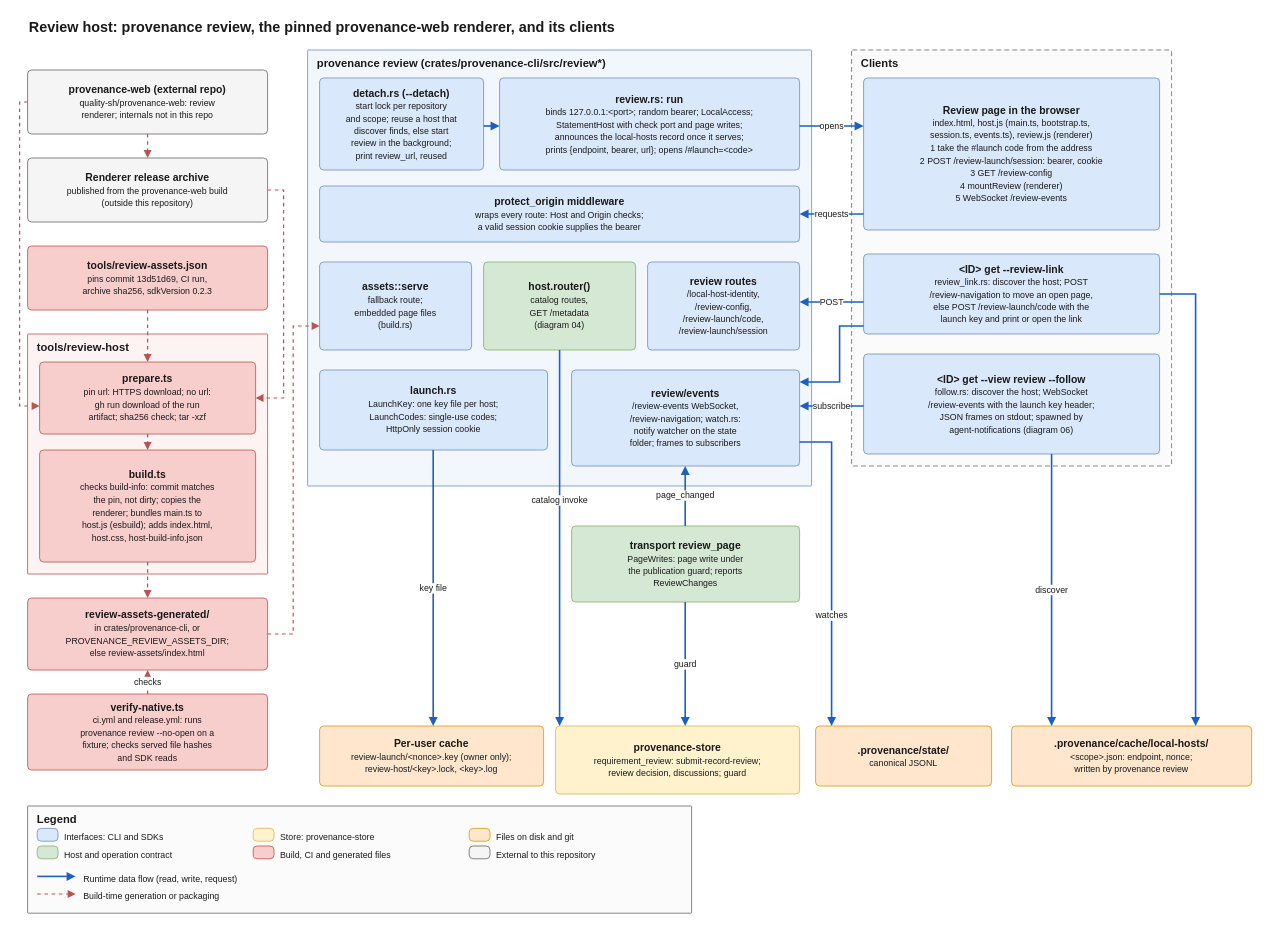
quality-sh/provenance keeps this draw.io diagram as docs/architecture/diagrams/07-review-host.drawio. Above is the earlier version. Source tidied: cells renumbered, new cells numbered last; positions are measured from the earlier drawing's top-left corner, leaving out a move shared by most shapes. Both pictures are drawn from the tidied source at 80%, with x=0, y=0 at pixel (19, 14).
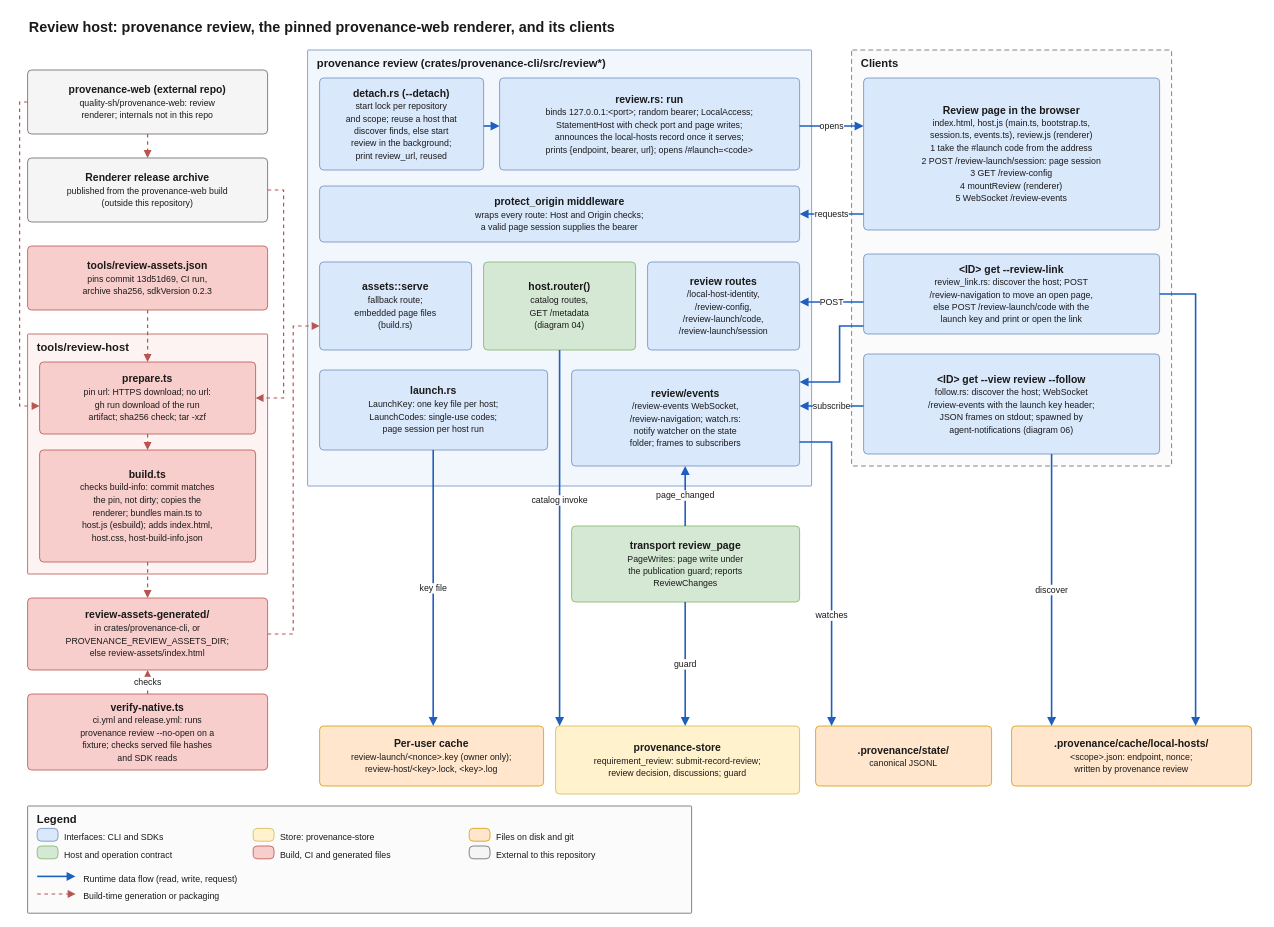
The same page after the edit.

Commit message (it also covers changes not shown here):
Phase 2: keep the page session in origin storage and offer it on the event socket

A launch link stores the page session in the origin's local storage; a
reload or a new tab reuses it, and a refused session is removed. The
event socket offers the session as a subprotocol beside
provenance-review. verify-page-session.ts runs the real bootstrap
against a real host in CI.

The change refers to these unchanged cells:
```xml
<mxCell id="11" value="provenance review (crates/provenance-cli/src/review*)" style="rounded=1;arcSize=2;absoluteArcSize=1;whiteSpace=wrap;html=1;fillColor=#f2f7fe;strokeColor=#6c8ebf;verticalAlign=top;align=left;spacingLeft=10;spacingRight=10;spacingTop=2;fontStyle=1;fontSize=14;fontColor=#1a1a1a;" parent="1" vertex="1">
  <mxGeometry x="360" y="45" width="630" height="545" as="geometry" />
</mxCell>
<mxCell id="21" value="Clients" style="rounded=1;arcSize=2;absoluteArcSize=1;whiteSpace=wrap;html=1;fillColor=#fbfbfb;strokeColor=#666666;verticalAlign=top;align=left;spacingLeft=10;spacingRight=10;spacingTop=2;fontStyle=1;fontSize=14;fontColor=#1a1a1a;dashed=1;dashPattern=6 4;" parent="1" vertex="1">
  <mxGeometry x="1040" y="45" width="400" height="520" as="geometry" />
</mxCell>
```

The edit, as a diff of the source:
```diff
@@
-    <mxCell id="14" value="&lt;b&gt;protect_origin middleware&lt;/b&gt;&lt;br&gt;&lt;font style=&quot;font-size:11px&quot;&gt;wraps every route: Host and Origin checks;&lt;br&gt;a valid session cookie supplies the bearer&lt;/font&gt;" style="rounded=1;arcSize=10;absoluteArcSize=1;whiteSpace=wrap;html=1;fillColor=#dae8fc;strokeColor=#6c8ebf;fontSize=13;fontColor=#1a1a1a;verticalAlign=middle;align=center;spacing=4;" parent="11" vertex="1">
+    <mxCell id="14" value="&lt;b&gt;protect_origin middleware&lt;/b&gt;&lt;br&gt;&lt;font style=&quot;font-size:11px&quot;&gt;wraps every route: Host and Origin checks;&lt;br&gt;a valid page session supplies the bearer&lt;/font&gt;" style="rounded=1;arcSize=10;absoluteArcSize=1;whiteSpace=wrap;html=1;fillColor=#dae8fc;strokeColor=#6c8ebf;fontSize=13;fontColor=#1a1a1a;verticalAlign=middle;align=center;spacing=4;" parent="11" vertex="1">
       <mxGeometry x="15" y="170" width="600" height="70" as="geometry" />
     </mxCell>
@@
-    <mxCell id="18" value="&lt;b&gt;launch.rs&lt;/b&gt;&lt;br&gt;&lt;font style=&quot;font-size:11px&quot;&gt;LaunchKey: one key file per host;&lt;br&gt;LaunchCodes: single-use codes;&lt;br&gt;HttpOnly session cookie&lt;/font&gt;" style="rounded=1;arcSize=10;absoluteArcSize=1;whiteSpace=wrap;html=1;fillColor=#dae8fc;strokeColor=#6c8ebf;fontSize=13;fontColor=#1a1a1a;verticalAlign=middle;align=center;spacing=4;" parent="11" vertex="1">
+    <mxCell id="18" value="&lt;b&gt;launch.rs&lt;/b&gt;&lt;br&gt;&lt;font style=&quot;font-size:11px&quot;&gt;LaunchKey: one key file per host;&lt;br&gt;LaunchCodes: single-use codes;&lt;br&gt;page session per host run&lt;/font&gt;" style="rounded=1;arcSize=10;absoluteArcSize=1;whiteSpace=wrap;html=1;fillColor=#dae8fc;strokeColor=#6c8ebf;fontSize=13;fontColor=#1a1a1a;verticalAlign=middle;align=center;spacing=4;" parent="11" vertex="1">
       <mxGeometry x="15" y="400" width="285" height="100" as="geometry" />
     </mxCell>
@@
-    <mxCell id="22" value="&lt;b&gt;Review page in the browser&lt;/b&gt;&lt;br&gt;&lt;font style=&quot;font-size:11px&quot;&gt;index.html, host.js (main.ts, bootstrap.ts,&lt;br&gt;session.ts, events.ts), review.js (renderer)&lt;br&gt;1 take the #launch code from the address&lt;br&gt;2 POST /review-launch/session: bearer, cookie&lt;br&gt;3 GET /review-config&lt;br&gt;4 mountReview (renderer)&lt;br&gt;5 WebSocket /review-events&lt;/font&gt;" style="rounded=1;arcSize=10;absoluteArcSize=1;whiteSpace=wrap;html=1;fillColor=#dae8fc;strokeColor=#6c8ebf;fontSize=13;fontColor=#1a1a1a;verticalAlign=middle;align=center;spacing=4;" parent="21" vertex="1">
+    <mxCell id="22" value="&lt;b&gt;Review page in the browser&lt;/b&gt;&lt;br&gt;&lt;font style=&quot;font-size:11px&quot;&gt;index.html, host.js (main.ts, bootstrap.ts,&lt;br&gt;session.ts, events.ts), review.js (renderer)&lt;br&gt;1 take the #launch code from the address&lt;br&gt;2 POST /review-launch/session: page session&lt;br&gt;3 GET /review-config&lt;br&gt;4 mountReview (renderer)&lt;br&gt;5 WebSocket /review-events&lt;/font&gt;" style="rounded=1;arcSize=10;absoluteArcSize=1;whiteSpace=wrap;html=1;fillColor=#dae8fc;strokeColor=#6c8ebf;fontSize=13;fontColor=#1a1a1a;verticalAlign=middle;align=center;spacing=4;" parent="21" vertex="1">
       <mxGeometry x="15" y="35" width="370" height="190" as="geometry" />
     </mxCell>
```
